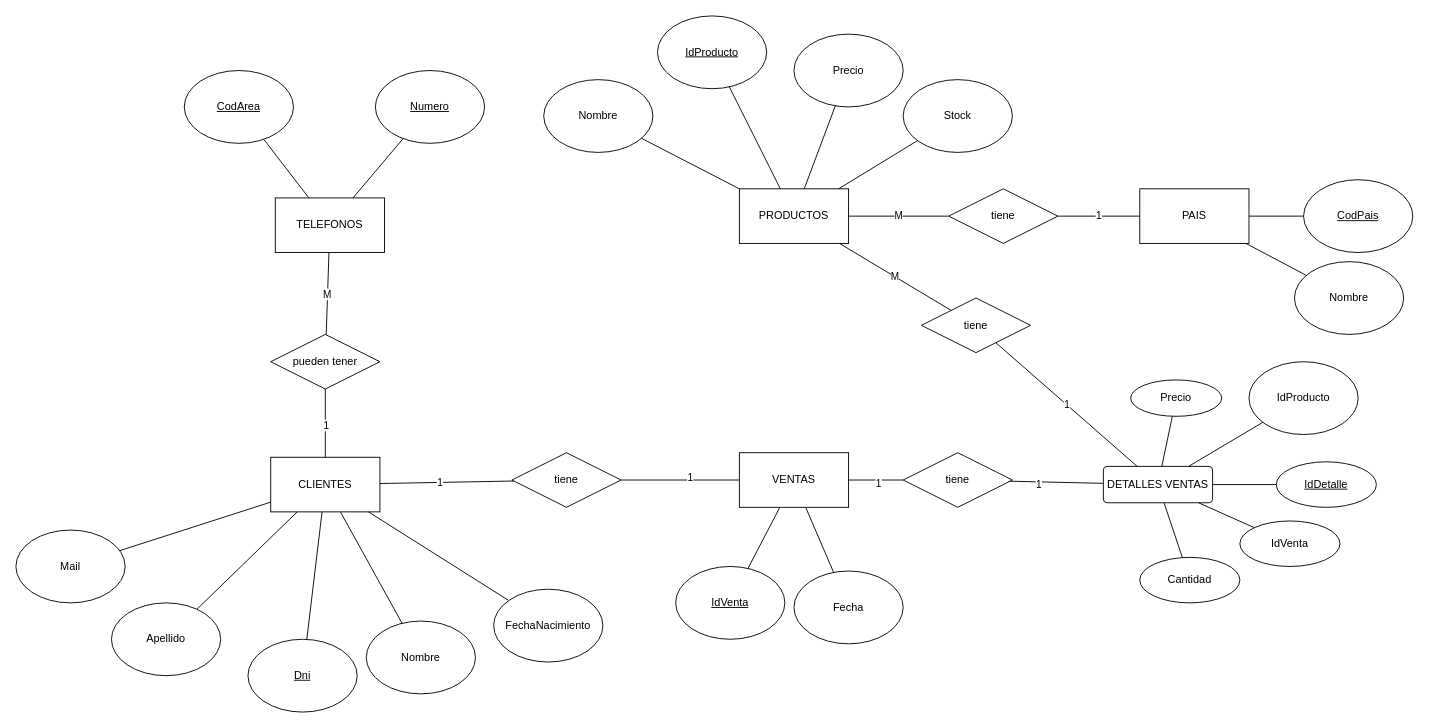
Before: page "DLR" (1 of 2) of tp-sql-facturas.drawio in lucasmoix/bd2-tp-sql-facturas, a draw.io diagram. Source tidied: cells renumbered, new cells numbered last; positions are measured from the earlier drawing's top-left corner, leaving out a move shared by most shapes. Both pictures are drawn from the tidied source at 91%, with x=0, y=0 at pixel (15, 15).
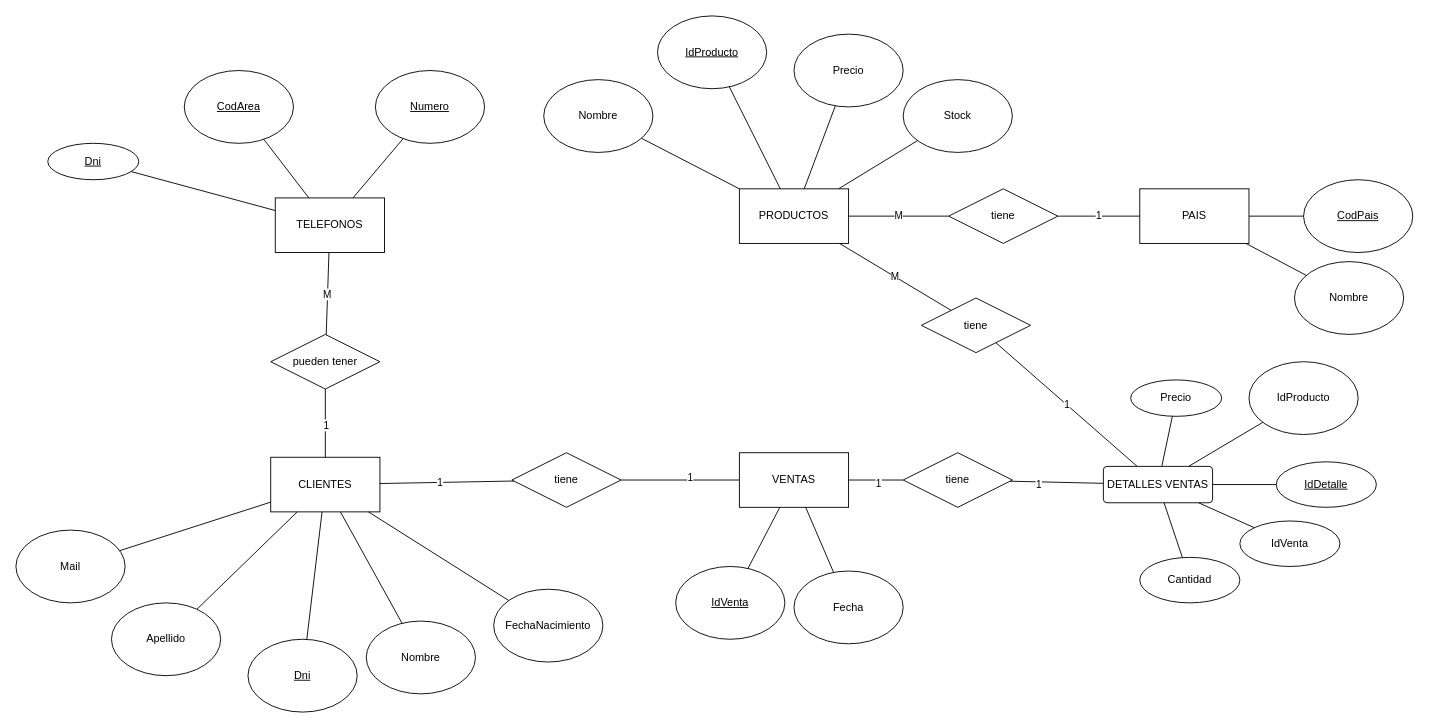
The same diagram, later.

Unchanged cells that the change refers to:
```xml
<mxCell id="14" value="TELEFONOS" style="rounded=0;whiteSpace=wrap;html=1;" parent="1" vertex="1">
  <mxGeometry x="285" y="200" width="120" height="60" as="geometry" />
</mxCell>
```

The edit, as a diff of the source:
```diff
@@
+    <mxCell id="68" value="Dni" style="ellipse;whiteSpace=wrap;html=1;align=center;fontStyle=4;" parent="1" vertex="1">
+      <mxGeometry x="35" y="140" width="100" height="40" as="geometry" />
+    </mxCell>
+    <mxCell id="69" style="endArrow=none;html=1;rounded=0;" parent="1" edge="1" source="68" target="14">
+      <mxGeometry relative="1" as="geometry" />
+    </mxCell>
```
